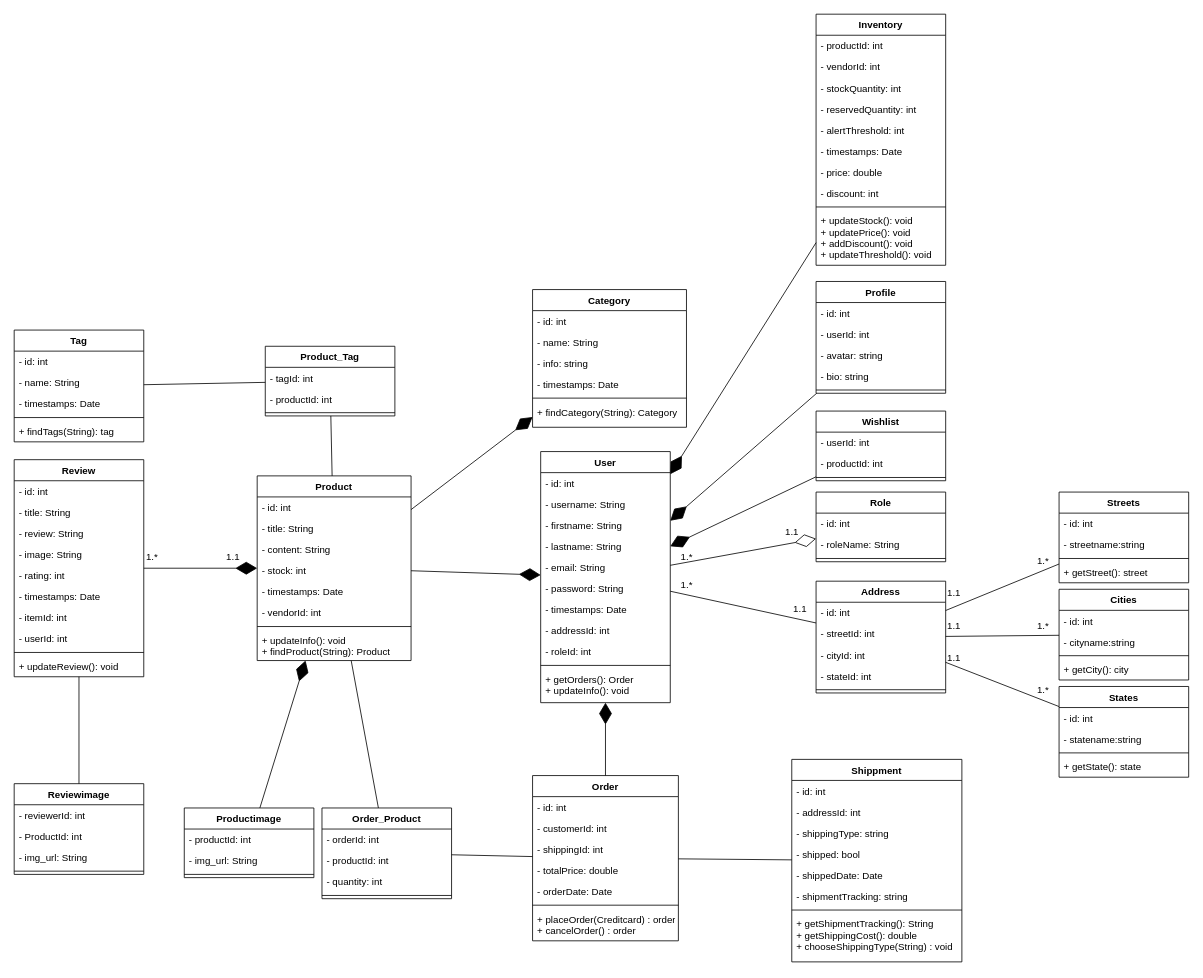
The draw.io diagram UML_Diagrams/uml.class-diagram.drawio in elkhailihamza/MoroChic-Treasures, before the edit. Source tidied: cells renumbered, new cells numbered last; positions are measured from the earlier drawing's top-left corner, leaving out a move shared by most shapes. Both pictures are drawn from the tidied source at 81%, with x=0, y=0 at pixel (14, 14).
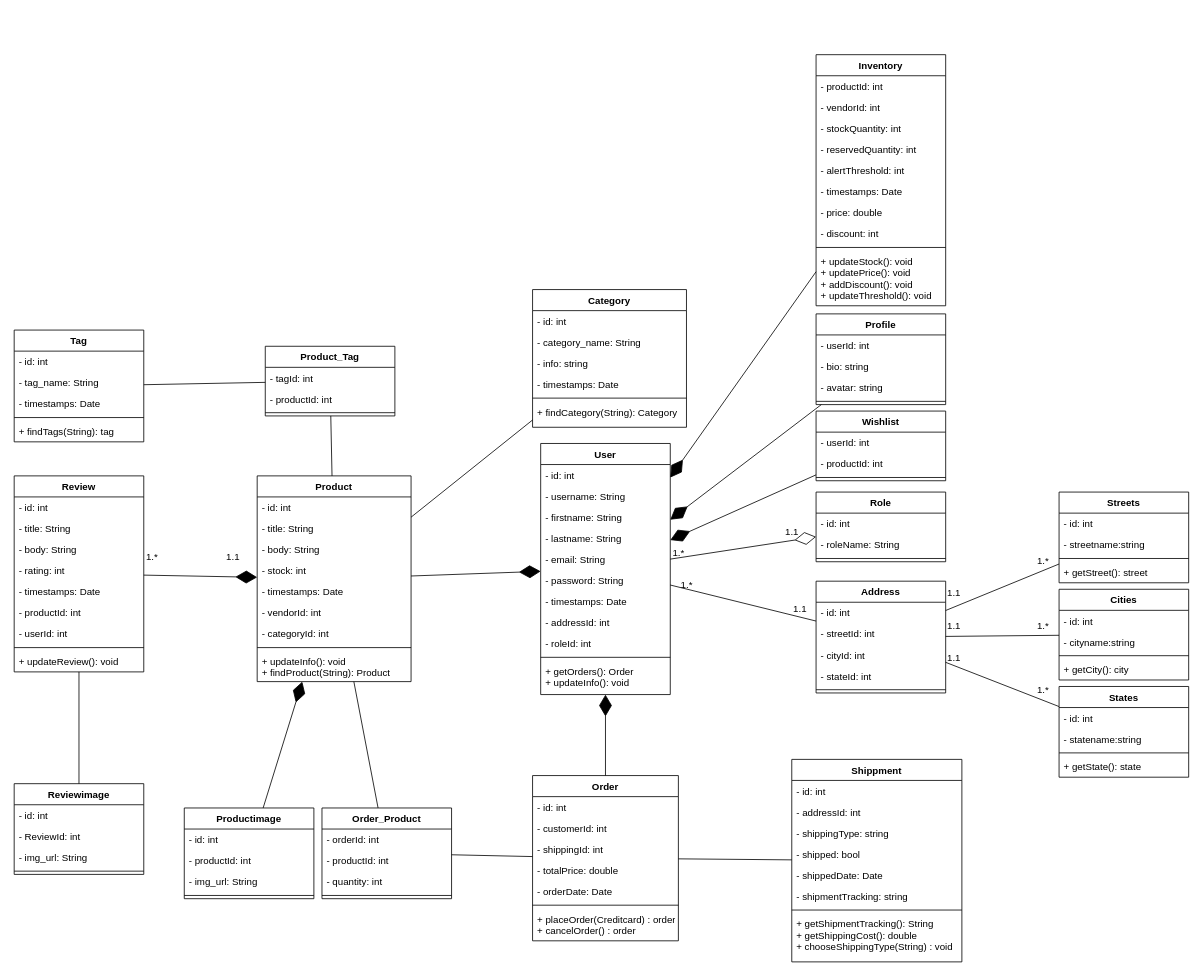
Above is the later version.

The change refers to these unchanged cells:
```xml
<mxCell id="42" value="Reviewimage" style="swimlane;fontStyle=1;align=center;verticalAlign=top;horizontal=1;startSize=26;" parent="1" vertex="1">
  <mxGeometry y="950" width="160" height="112" as="geometry" />
</mxCell>
<mxCell id="47" value="Category" style="swimlane;fontStyle=1;align=center;verticalAlign=top;horizontal=1;startSize=26;" parent="1" vertex="1">
  <mxGeometry x="640" y="340" width="190" height="170" as="geometry" />
</mxCell>
<mxCell id="74" value="Tag" style="swimlane;fontStyle=1;align=center;verticalAlign=top;horizontal=1;startSize=26;" parent="1" vertex="1">
  <mxGeometry y="390" width="160" height="138" as="geometry" />
</mxCell>
```

What changed in the source:
```diff
@@
     <mxCell id="2" value="User" style="swimlane;fontStyle=1;align=center;verticalAlign=top;horizontal=1;startSize=26;" parent="1" vertex="1">
-      <mxGeometry x="650" y="540" width="160" height="310" as="geometry" />
+      <mxGeometry x="650" y="530" width="160" height="310" as="geometry" />
     </mxCell>
@@
     <mxCell id="18" value="Product" style="swimlane;fontStyle=1;align=center;verticalAlign=top;horizontal=1;startSize=26;" parent="1" vertex="1">
-      <mxGeometry x="300" y="570" width="190" height="228" as="geometry" />
+      <mxGeometry x="300" y="570" width="190" height="254" as="geometry" />
     </mxCell>
@@
-    <mxCell id="21" value="- content: String" style="text;strokeColor=none;fillColor=none;align=left;verticalAlign=top;spacingLeft=4;spacingRight=4;overflow=hidden;" parent="18" vertex="1">
+    <mxCell id="21" value="- body: String" style="text;strokeColor=none;fillColor=none;align=left;verticalAlign=top;spacingLeft=4;spacingRight=4;overflow=hidden;" parent="18" vertex="1">
       <mxGeometry y="78" width="190" height="26" as="geometry" />
     </mxCell>
@@
+    <mxCell id="159" value="- categoryId: int" style="text;strokeColor=none;fillColor=none;align=left;verticalAlign=top;spacingLeft=4;spacingRight=4;overflow=hidden;" parent="18" vertex="1">
+      <mxGeometry y="182" width="190" height="26" as="geometry" />
+    </mxCell>
     <mxCell id="25" style="line;strokeWidth=1;fillColor=none;align=left;verticalAlign=middle;spacingTop=-1;spacingLeft=3;spacingRight=3;labelPosition=right;strokeColor=inherit;" parent="18" vertex="1">
-      <mxGeometry y="182" width="190" height="8" as="geometry" />
+      <mxGeometry y="208" width="190" height="8" as="geometry" />
     </mxCell>
     <mxCell id="26" value="+ updateInfo(): void &#10;+ findProduct(String): Product " style="text;strokeColor=none;fillColor=none;align=left;verticalAlign=top;spacingLeft=4;spacingRight=4;overflow=hidden;" parent="18" vertex="1">
-      <mxGeometry y="190" width="190" height="38" as="geometry" />
+      <mxGeometry y="216" width="190" height="38" as="geometry" />
     </mxCell>
     <mxCell id="27" value="Review" style="swimlane;fontStyle=1;align=center;verticalAlign=top;horizontal=1;startSize=26;" parent="1" vertex="1">
-      <mxGeometry y="550" width="160" height="268" as="geometry" />
+      <mxGeometry y="570" width="160" height="242" as="geometry" />
     </mxCell>
@@
-    <mxCell id="30" value="- review: String" style="text;strokeColor=none;fillColor=none;align=left;verticalAlign=top;spacingLeft=4;spacingRight=4;overflow=hidden;" parent="27" vertex="1">
+    <mxCell id="30" value="- body: String" style="text;strokeColor=none;fillColor=none;align=left;verticalAlign=top;spacingLeft=4;spacingRight=4;overflow=hidden;" parent="27" vertex="1">
       <mxGeometry y="78" width="160" height="26" as="geometry" />
     </mxCell>
-    <mxCell id="31" value="- image: String" style="text;strokeColor=none;fillColor=none;align=left;verticalAlign=top;spacingLeft=4;spacingRight=4;overflow=hidden;" parent="27" vertex="1">
-      <mxGeometry y="104" width="160" height="26" as="geometry" />
-    </mxCell>
     <mxCell id="32" value="- rating: int" style="text;strokeColor=none;fillColor=none;align=left;verticalAlign=top;spacingLeft=4;spacingRight=4;overflow=hidden;" parent="27" vertex="1">
-      <mxGeometry y="130" width="160" height="26" as="geometry" />
+      <mxGeometry y="104" width="160" height="26" as="geometry" />
     </mxCell>
     <mxCell id="33" value="- timestamps: Date" style="text;strokeColor=none;fillColor=none;align=left;verticalAlign=top;spacingLeft=4;spacingRight=4;overflow=hidden;" parent="27" vertex="1">
-      <mxGeometry y="156" width="160" height="26" as="geometry" />
+      <mxGeometry y="130" width="160" height="26" as="geometry" />
     </mxCell>
-    <mxCell id="34" value="- itemId: int" style="text;strokeColor=none;fillColor=none;align=left;verticalAlign=top;spacingLeft=4;spacingRight=4;overflow=hidden;" parent="27" vertex="1">
-      <mxGeometry y="182" width="160" height="26" as="geometry" />
+    <mxCell id="34" value="- productId: int" style="text;strokeColor=none;fillColor=none;align=left;verticalAlign=top;spacingLeft=4;spacingRight=4;overflow=hidden;" parent="27" vertex="1">
+      <mxGeometry y="156" width="160" height="26" as="geometry" />
     </mxCell>
     <mxCell id="35" value="- userId: int" style="text;strokeColor=none;fillColor=none;align=left;verticalAlign=top;spacingLeft=4;spacingRight=4;overflow=hidden;" parent="27" vertex="1">
-      <mxGeometry y="208" width="160" height="26" as="geometry" />
+      <mxGeometry y="182" width="160" height="26" as="geometry" />
     </mxCell>
     <mxCell id="36" style="line;strokeWidth=1;fillColor=none;align=left;verticalAlign=middle;spacingTop=-1;spacingLeft=3;spacingRight=3;labelPosition=right;strokeColor=inherit;" parent="27" vertex="1">
-      <mxGeometry y="234" width="160" height="8" as="geometry" />
+      <mxGeometry y="208" width="160" height="8" as="geometry" />
     </mxCell>
     <mxCell id="37" value="+ updateReview(): void" style="text;strokeColor=none;fillColor=none;align=left;verticalAlign=top;spacingLeft=4;spacingRight=4;overflow=hidden;" parent="27" vertex="1">
-      <mxGeometry y="242" width="160" height="26" as="geometry" />
+      <mxGeometry y="216" width="160" height="26" as="geometry" />
     </mxCell>
     <mxCell id="38" value="Productimage" style="swimlane;fontStyle=1;align=center;verticalAlign=top;horizontal=1;startSize=26;" parent="1" vertex="1">
-      <mxGeometry x="210" y="980" width="160" height="86" as="geometry" />
+      <mxGeometry x="210" y="980" width="160" height="112" as="geometry" />
     </mxCell>
+    <mxCell id="99" value="- id: int" style="text;strokeColor=none;fillColor=none;align=left;verticalAlign=top;spacingLeft=4;spacingRight=4;overflow=hidden;" parent="38" vertex="1">
+      <mxGeometry y="26" width="160" height="26" as="geometry" />
+    </mxCell>
     <mxCell id="39" value="- productId: int" style="text;strokeColor=none;fillColor=none;align=left;verticalAlign=top;spacingLeft=4;spacingRight=4;overflow=hidden;" parent="38" vertex="1">
-      <mxGeometry y="26" width="160" height="26" as="geometry" />
+      <mxGeometry y="52" width="160" height="26" as="geometry" />
     </mxCell>
     <mxCell id="40" value="- img_url: String" style="text;strokeColor=none;fillColor=none;align=left;verticalAlign=top;spacingLeft=4;spacingRight=4;overflow=hidden;" parent="38" vertex="1">
-      <mxGeometry y="52" width="160" height="26" as="geometry" />
+      <mxGeometry y="78" width="160" height="26" as="geometry" />
     </mxCell>
     <mxCell id="41" style="line;strokeWidth=1;fillColor=none;align=left;verticalAlign=middle;spacingTop=-1;spacingLeft=3;spacingRight=3;labelPosition=right;strokeColor=inherit;" parent="38" vertex="1">
-      <mxGeometry y="78" width="160" height="8" as="geometry" />
+      <mxGeometry y="104" width="160" height="8" as="geometry" />
     </mxCell>
@@
-    <mxCell id="43" value="- reviewerId: int" style="text;strokeColor=none;fillColor=none;align=left;verticalAlign=top;spacingLeft=4;spacingRight=4;overflow=hidden;" parent="42" vertex="1">
+    <mxCell id="43" value="- id: int" style="text;strokeColor=none;fillColor=none;align=left;verticalAlign=top;spacingLeft=4;spacingRight=4;overflow=hidden;" parent="42" vertex="1">
       <mxGeometry y="26" width="160" height="26" as="geometry" />
     </mxCell>
-    <mxCell id="44" value="- ProductId: int" style="text;strokeColor=none;fillColor=none;align=left;verticalAlign=top;spacingLeft=4;spacingRight=4;overflow=hidden;" parent="42" vertex="1">
+    <mxCell id="44" value="- ReviewId: int" style="text;strokeColor=none;fillColor=none;align=left;verticalAlign=top;spacingLeft=4;spacingRight=4;overflow=hidden;" parent="42" vertex="1">
       <mxGeometry y="52" width="160" height="26" as="geometry" />
     </mxCell>
@@
-    <mxCell id="49" value="- name: String" style="text;strokeColor=none;fillColor=none;align=left;verticalAlign=top;spacingLeft=4;spacingRight=4;overflow=hidden;" parent="47" vertex="1">
+    <mxCell id="49" value="- category_name: String" style="text;strokeColor=none;fillColor=none;align=left;verticalAlign=top;spacingLeft=4;spacingRight=4;overflow=hidden;" parent="47" vertex="1">
       <mxGeometry y="52" width="190" height="26" as="geometry" />
     </mxCell>
@@
-    <mxCell id="76" value="- name: String" style="text;strokeColor=none;fillColor=none;align=left;verticalAlign=top;spacingLeft=4;spacingRight=4;overflow=hidden;" parent="74" vertex="1">
+    <mxCell id="76" value="- tag_name: String" style="text;strokeColor=none;fillColor=none;align=left;verticalAlign=top;spacingLeft=4;spacingRight=4;overflow=hidden;" parent="74" vertex="1">
       <mxGeometry y="52" width="160" height="26" as="geometry" />
     </mxCell>
@@
-    <mxCell id="98" value="Profile" style="swimlane;fontStyle=1;align=center;verticalAlign=top;horizontal=1;startSize=26;" parent="1" vertex="1">
-      <mxGeometry x="990" y="330" width="160" height="138" as="geometry" />
-    </mxCell>
-    <mxCell id="99" value="- id: int" style="text;strokeColor=none;fillColor=none;align=left;verticalAlign=top;spacingLeft=4;spacingRight=4;overflow=hidden;" parent="98" vertex="1">
-      <mxGeometry y="26" width="160" height="26" as="geometry" />
-    </mxCell>
-    <mxCell id="100" value="- userId: int" style="text;strokeColor=none;fillColor=none;align=left;verticalAlign=top;spacingLeft=4;spacingRight=4;overflow=hidden;" parent="98" vertex="1">
-      <mxGeometry y="52" width="160" height="26" as="geometry" />
-    </mxCell>
-    <mxCell id="101" value="- avatar: string" style="text;strokeColor=none;fillColor=none;align=left;verticalAlign=top;spacingLeft=4;spacingRight=4;overflow=hidden;" parent="98" vertex="1">
-      <mxGeometry y="78" width="160" height="26" as="geometry" />
-    </mxCell>
-    <mxCell id="102" value="- bio: string" style="text;strokeColor=none;fillColor=none;align=left;verticalAlign=top;spacingLeft=4;spacingRight=4;overflow=hidden;" parent="98" vertex="1">
-      <mxGeometry y="104" width="160" height="26" as="geometry" />
-    </mxCell>
-    <mxCell id="103" style="line;strokeWidth=1;fillColor=none;align=left;verticalAlign=middle;spacingTop=-1;spacingLeft=3;spacingRight=3;labelPosition=right;strokeColor=inherit;" parent="98" vertex="1">
-      <mxGeometry y="130" width="160" height="8" as="geometry" />
-    </mxCell>
@@
     <mxCell id="105" value="Inventory" style="swimlane;fontStyle=1;align=center;verticalAlign=top;horizontal=1;startSize=26;" parent="1" vertex="1">
-      <mxGeometry x="990" width="160" height="310" as="geometry" />
+      <mxGeometry x="990" y="50" width="160" height="310" as="geometry" />
     </mxCell>
@@
-    <mxCell id="140" style="endArrow=diamondThin;endFill=1;endSize=24;html=1;" parent="1" edge="1" source="18" target="47">
-      <mxGeometry relative="1" as="geometry" />
-    </mxCell>
@@
-    <mxCell id="145" style="endArrow=diamondThin;endFill=1;endSize=24;html=1;" parent="1" edge="1" source="98" target="2">
-      <mxGeometry relative="1" as="geometry" />
-    </mxCell>
@@
     <mxCell id="154" value="1.*" style="text;html=1;align=center;verticalAlign=middle;strokeColor=none;fillColor=none;" parent="1" vertex="1">
-      <mxGeometry x="810" y="655" width="40" height="30" as="geometry" />
+      <mxGeometry x="800" y="650" width="40" height="30" as="geometry" />
     </mxCell>
@@
+    <mxCell id="98" value="Profile" style="swimlane;fontStyle=1;align=center;verticalAlign=top;horizontal=1;startSize=26;" parent="1" vertex="1">
+      <mxGeometry x="990" y="370" width="160" height="112" as="geometry" />
+    </mxCell>
+    <mxCell id="100" value="- userId: int" style="text;strokeColor=none;fillColor=none;align=left;verticalAlign=top;spacingLeft=4;spacingRight=4;overflow=hidden;" parent="98" vertex="1">
+      <mxGeometry y="26" width="160" height="26" as="geometry" />
+    </mxCell>
+    <mxCell id="102" value="- bio: string" style="text;strokeColor=none;fillColor=none;align=left;verticalAlign=top;spacingLeft=4;spacingRight=4;overflow=hidden;" parent="98" vertex="1">
+      <mxGeometry y="52" width="160" height="26" as="geometry" />
+    </mxCell>
+    <mxCell id="101" value="- avatar: string" style="text;strokeColor=none;fillColor=none;align=left;verticalAlign=top;spacingLeft=4;spacingRight=4;overflow=hidden;" parent="98" vertex="1">
+      <mxGeometry y="78" width="160" height="26" as="geometry" />
+    </mxCell>
+    <mxCell id="160" style="line;strokeWidth=1;fillColor=none;align=left;verticalAlign=middle;spacingTop=-1;spacingLeft=3;spacingRight=3;labelPosition=right;strokeColor=inherit;" parent="98" vertex="1">
+      <mxGeometry y="104" width="160" height="8" as="geometry" />
+    </mxCell>
+    <mxCell id="145" style="endArrow=diamondThin;endFill=1;endSize=24;html=1;" parent="1" edge="1" source="98" target="2">
+      <mxGeometry relative="1" as="geometry" />
+    </mxCell>
+    <mxCell id="161" style="endArrow=none;html=1;" parent="1" edge="1" source="47" target="18">
+      <mxGeometry relative="1" as="geometry" />
+    </mxCell>
```
